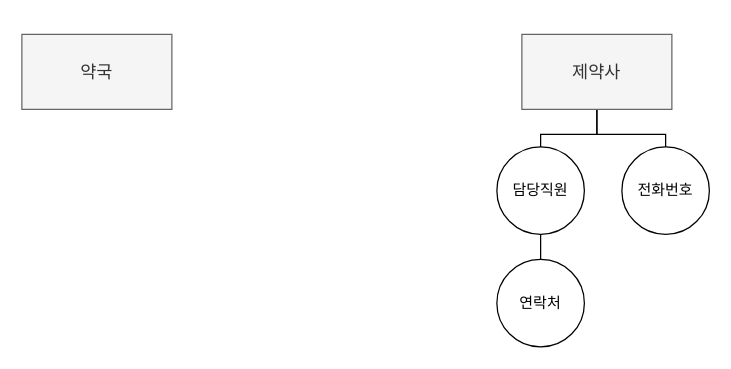
Earlier version of the draw.io diagram 0 portfolio/yakgookJego.drawio (jhy0409/jhy0409). Source tidied: cells renumbered, new cells numbered last; positions are measured from the earlier drawing's top-left corner, leaving out a move shared by most shapes. Both pictures are drawn from the tidied source at 125%, with x=0, y=0 at pixel (21, 34).
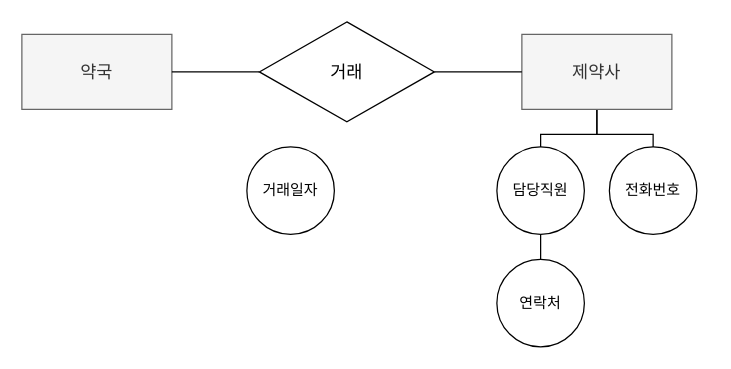
The same diagram, later.

The edit, as a diff of the source:
```diff
@@
 <mxGraphModel>
   <root>
     <mxCell id="0" />
     <mxCell id="1" parent="0" />
     <mxCell id="2" value="&lt;font style=&quot;font-size: 14px&quot;&gt;약국&lt;/font&gt;" style="rounded=0;whiteSpace=wrap;html=1;fillColor=#f5f5f5;strokeColor=#666666;fontColor=#333333;" parent="1" vertex="1">
       <mxGeometry width="120" height="60" as="geometry" />
     </mxCell>
     <mxCell id="3" style="rounded=0;jettySize=auto;html=1;entryX=0.5;entryY=0;entryDx=0;entryDy=0;endArrow=none;endFill=0;edgeStyle=orthogonalEdgeStyle;" parent="1" edge="1" source="5" target="6">
       <mxGeometry relative="1" as="geometry" />
     </mxCell>
     <mxCell id="4" style="edgeStyle=orthogonalEdgeStyle;rounded=0;jettySize=auto;html=1;endArrow=none;endFill=0;" parent="1" edge="1" source="5" target="9">
       <mxGeometry relative="1" as="geometry" />
     </mxCell>
     <mxCell id="5" value="&lt;span style=&quot;font-size: 14px&quot;&gt;제약사&lt;br&gt;&lt;/span&gt;" style="rounded=0;whiteSpace=wrap;html=1;fillColor=#f5f5f5;strokeColor=#666666;fontColor=#333333;" parent="1" vertex="1">
       <mxGeometry x="400" width="120" height="60" as="geometry" />
     </mxCell>
     <mxCell id="6" value="담당직원" style="ellipse;whiteSpace=wrap;html=1;" parent="1" vertex="1">
       <mxGeometry x="380" y="90" width="70" height="70" as="geometry" />
     </mxCell>
     <mxCell id="7" style="edgeStyle=orthogonalEdgeStyle;rounded=0;jettySize=auto;html=1;entryX=0.5;entryY=1;entryDx=0;entryDy=0;endArrow=none;endFill=0;" parent="1" edge="1" source="8" target="6">
       <mxGeometry relative="1" as="geometry" />
     </mxCell>
     <mxCell id="8" value="연락처" style="ellipse;whiteSpace=wrap;html=1;" parent="1" vertex="1">
       <mxGeometry x="380" y="180" width="70" height="70" as="geometry" />
     </mxCell>
     <mxCell id="9" value="전화번호" style="ellipse;whiteSpace=wrap;html=1;" parent="1" vertex="1">
-      <mxGeometry x="480" y="90" width="70" height="70" as="geometry" />
+      <mxGeometry x="470" y="90" width="70" height="70" as="geometry" />
     </mxCell>
+    <mxCell id="10" style="edgeStyle=orthogonalEdgeStyle;rounded=0;jettySize=auto;html=1;endArrow=none;endFill=0;fontSize=14;" parent="1" edge="1" source="12" target="2">
+      <mxGeometry relative="1" as="geometry" />
+    </mxCell>
+    <mxCell id="11" style="edgeStyle=orthogonalEdgeStyle;rounded=0;jettySize=auto;html=1;endArrow=none;endFill=0;fontSize=14;" parent="1" edge="1" source="12" target="5">
+      <mxGeometry relative="1" as="geometry" />
+    </mxCell>
+    <mxCell id="12" value="거래" style="rhombus;whiteSpace=wrap;html=1;fontSize=14;" parent="1" vertex="1">
+      <mxGeometry x="190" y="-10" width="140" height="80" as="geometry" />
+    </mxCell>
+    <mxCell id="13" value="거래일자" style="ellipse;whiteSpace=wrap;html=1;" parent="1" vertex="1">
+      <mxGeometry x="180" y="90" width="70" height="70" as="geometry" />
+    </mxCell>
   </root>
 </mxGraphModel>
```
